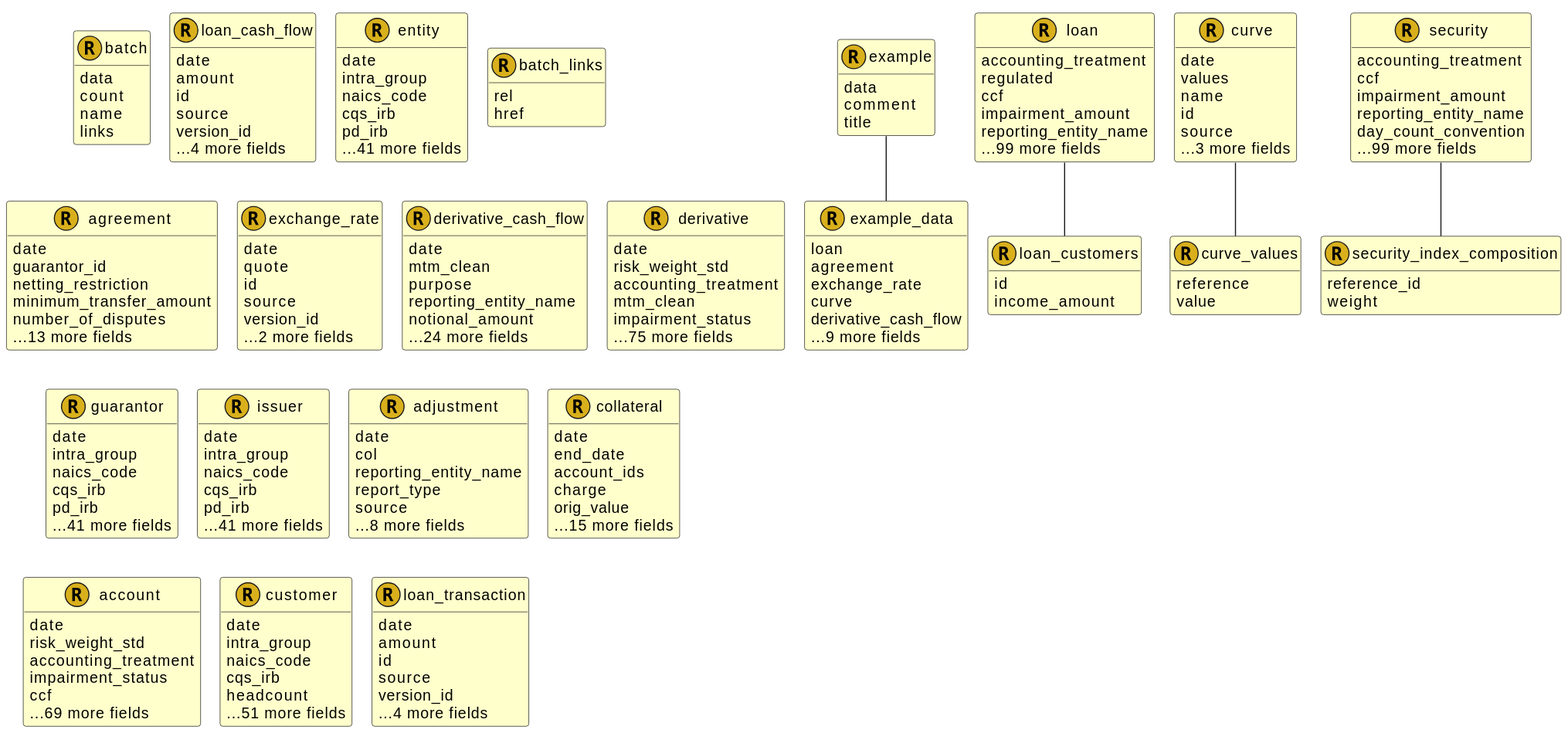
Schemarise/demo-alfa-with-fire-json-model keeps this PlantUML diagram as images/fire.model.svg. Above is the earlier version.
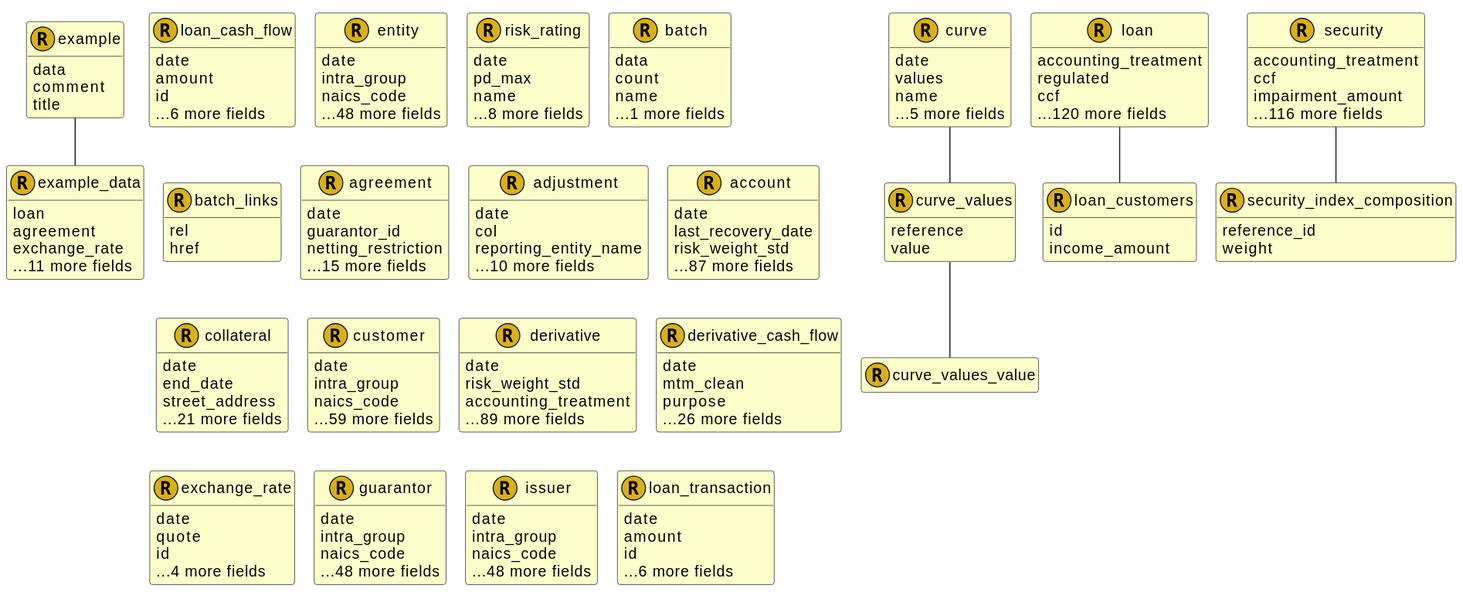
Later version of the same file.

The edit, as a diff of the source:
```diff
@@ -10,12 +10,11 @@
 
 
 
-class batch << (R,D9B01C) >> {
+class example << (R,D9B01C) >> {
 
     data
-    count
-    name
-    links
+    comment
+    title
 }
 
 class loan_cash_flow << (R,D9B01C) >> {
@@ -23,16 +22,7 @@
     date
     amount
     id
-    source
-    version_id
-    ...4 more fields
-}
-
-class example << (R,D9B01C) >> {
-
-    data
-    comment
-    title
+    ...6 more fields
 }
 
 class entity << (R,D9B01C) >> {
@@ -40,9 +30,31 @@
     date
     intra_group
     naics_code
-    cqs_irb
-    pd_irb
-    ...41 more fields
+    ...48 more fields
+}
+
+class risk_rating << (R,D9B01C) >> {
+
+    date
+    pd_max
+    name
+    ...8 more fields
+}
+
+class batch << (R,D9B01C) >> {
+
+    data
+    count
+    name
+    ...1 more fields
+}
+
+class example_data << (R,D9B01C) >> {
+
+    loan
+    agreement
+    exchange_rate
+    ...11 more fields
 }
 
 class batch_links << (R,D9B01C) >> {
@@ -51,14 +63,92 @@
     href
 }
 
-class example_data << (R,D9B01C) >> {
+class agreement << (R,D9B01C) >> {
 
-    loan
-    agreement
-    exchange_rate
-    curve
-    derivative_cash_flow
-    ...9 more fields
+    date
+    guarantor_id
+    netting_restriction
+    ...15 more fields
+}
+
+class curve << (R,D9B01C) >> {
+
+    date
+    values
+    name
+    ...5 more fields
+}
+
+class adjustment << (R,D9B01C) >> {
+
+    date
+    col
+    reporting_entity_name
+    ...10 more fields
+}
+
+class account << (R,D9B01C) >> {
+
+    date
+    last_recovery_date
+    risk_weight_std
+    ...87 more fields
+}
+
+class collateral << (R,D9B01C) >> {
+
+    date
+    end_date
+    street_address
+    ...21 more fields
+}
+
+class customer << (R,D9B01C) >> {
+
+    date
+    intra_group
+    naics_code
+    ...59 more fields
+}
+
+class derivative << (R,D9B01C) >> {
+
+    date
+    risk_weight_std
+    accounting_treatment
+    ...89 more fields
+}
+
+class derivative_cash_flow << (R,D9B01C) >> {
+
+    date
+    mtm_clean
+    purpose
+    ...26 more fields
+}
+
+class exchange_rate << (R,D9B01C) >> {
+
+    date
+    quote
+    id
+    ...4 more fields
+}
+
+class guarantor << (R,D9B01C) >> {
+
+    date
+    intra_group
+    naics_code
+    ...48 more fields
+}
+
+class issuer << (R,D9B01C) >> {
+
+    date
+    intra_group
+    naics_code
+    ...48 more fields
 }
 
 class loan << (R,D9B01C) >> {
@@ -66,79 +156,15 @@
     accounting_treatment
     regulated
     ccf
-    impairment_amount
-    reporting_entity_name
-    ...99 more fields
+    ...120 more fields
 }
 
-class agreement << (R,D9B01C) >> {
+class loan_transaction << (R,D9B01C) >> {
 
     date
-    guarantor_id
-    netting_restriction
-    minimum_transfer_amount
-    number_of_disputes
-    ...13 more fields
-}
-
-class exchange_rate << (R,D9B01C) >> {
-
-    date
-    quote
+    amount
     id
-    source
-    version_id
-    ...2 more fields
-}
-
-class curve << (R,D9B01C) >> {
-
-    date
-    values
-    name
-    id
-    source
-    ...3 more fields
-}
-
-class derivative_cash_flow << (R,D9B01C) >> {
-
-    date
-    mtm_clean
-    purpose
-    reporting_entity_name
-    notional_amount
-    ...24 more fields
-}
-
-class derivative << (R,D9B01C) >> {
-
-    date
-    risk_weight_std
-    accounting_treatment
-    mtm_clean
-    impairment_status
-    ...75 more fields
-}
-
-class guarantor << (R,D9B01C) >> {
-
-    date
-    intra_group
-    naics_code
-    cqs_irb
-    pd_irb
-    ...41 more fields
-}
-
-class issuer << (R,D9B01C) >> {
-
-    date
-    intra_group
-    naics_code
-    cqs_irb
-    pd_irb
-    ...41 more fields
+    ...6 more fields
 }
 
 class security << (R,D9B01C) >> {
@@ -146,59 +172,13 @@
     accounting_treatment
     ccf
     impairment_amount
-    reporting_entity_name
-    day_count_convention
-    ...99 more fields
+    ...116 more fields
 }
 
-class adjustment << (R,D9B01C) >> {
+class curve_values << (R,D9B01C) >> {
 
-    date
-    col
-    reporting_entity_name
-    report_type
-    source
-    ...8 more fields
-}
-
-class collateral << (R,D9B01C) >> {
-
-    date
-    end_date
-    account_ids
-    charge
-    orig_value
-    ...15 more fields
-}
-
-class account << (R,D9B01C) >> {
-
-    date
-    risk_weight_std
-    accounting_treatment
-    impairment_status
-    ccf
-    ...69 more fields
-}
-
-class customer << (R,D9B01C) >> {
-
-    date
-    intra_group
-    naics_code
-    cqs_irb
-    headcount
-    ...51 more fields
-}
-
-class loan_transaction << (R,D9B01C) >> {
-
-    date
-    amount
-    id
-    source
-    version_id
-    ...4 more fields
+    reference
+    value
 }
 
 class loan_customers << (R,D9B01C) >> {
@@ -207,33 +187,26 @@
     income_amount
 }
 
-class curve_values << (R,D9B01C) >> {
-
-    reference
-    value
-}
-
 class security_index_composition << (R,D9B01C) >> {
 
     reference_id
     weight
 }
 
+class curve_values_value << (R,D9B01C) >> {
 
+
+}
 
 example -- example_data
 
 
 
-loan -- loan_customers
-
-
-curve -- curve_values
 
 
 
 
-security -- security_index_composition
+curve -- curve_values
 
 
 
@@ -243,4 +216,12 @@
 
 
 
+loan -- loan_customers
+
+security -- security_index_composition
+curve_values -- curve_values_value
+
+
+
+
 @enduml
```
